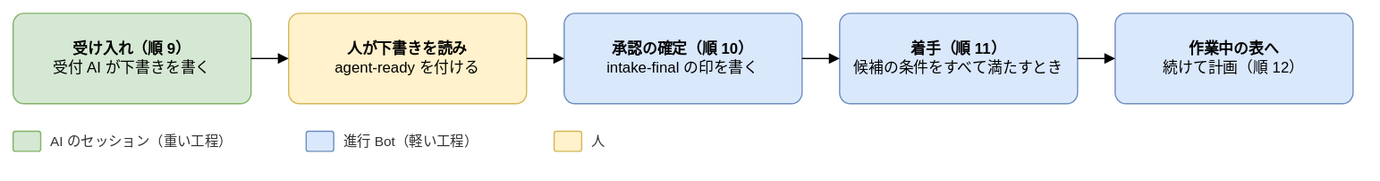
Above: docs/design/basic/diagrams/02-next-step-before-start.drawio.svg in Joymerrevent/dev-autopilot (draw.io), before the change. Source tidied: cells renumbered, new cells last; positions are measured from the earlier drawing's top-left corner, leaving out a move shared by most shapes. The source it was exported from:
```xml
<mxGraphModel background="#ffffff">
  <root>
    <mxCell id="0" />
    <mxCell id="1" parent="0" />
    <mxCell id="2" value="&lt;b&gt;受け入れ（順 9）&lt;/b&gt;&lt;br&gt;受付 AI が下書きを書く" style="rounded=1;whiteSpace=wrap;html=1;fontSize=12;arcSize=12;spacing=12;fillColor=#d5e8d4;strokeColor=#82b366;" parent="1" vertex="1">
      <mxGeometry width="190" height="72" as="geometry" />
    </mxCell>
    <mxCell id="3" value="&lt;b&gt;人が下書きを読み&lt;/b&gt;&lt;br&gt;agent-ready を付ける" style="rounded=1;whiteSpace=wrap;html=1;fontSize=12;arcSize=12;spacing=12;fillColor=#fff2cc;strokeColor=#d6b656;" parent="1" vertex="1">
      <mxGeometry x="220" width="190" height="72" as="geometry" />
    </mxCell>
    <mxCell id="4" style="edgeStyle=orthogonalEdgeStyle;rounded=1;html=1;endArrow=block;endFill=1;fontSize=11;labelBackgroundColor=#ffffff;exitX=1;exitY=0.5;exitDx=0;exitDy=0;entryX=0;entryY=0.5;entryDx=0;entryDy=0;" parent="1" edge="1" source="2" target="3">
      <mxGeometry relative="1" as="geometry" />
    </mxCell>
    <mxCell id="5" value="&lt;b&gt;承認の確定（順 10）&lt;/b&gt;&lt;br&gt;intake-final の印を書く" style="rounded=1;whiteSpace=wrap;html=1;fontSize=12;arcSize=12;spacing=12;fillColor=#dae8fc;strokeColor=#6c8ebf;" parent="1" vertex="1">
      <mxGeometry x="440" width="190" height="72" as="geometry" />
    </mxCell>
    <mxCell id="6" style="edgeStyle=orthogonalEdgeStyle;rounded=1;html=1;endArrow=block;endFill=1;fontSize=11;labelBackgroundColor=#ffffff;exitX=1;exitY=0.5;exitDx=0;exitDy=0;entryX=0;entryY=0.5;entryDx=0;entryDy=0;" parent="1" edge="1" source="3" target="5">
      <mxGeometry relative="1" as="geometry" />
    </mxCell>
    <mxCell id="7" value="&lt;b&gt;着手（順 11）&lt;/b&gt;&lt;br&gt;候補の条件をすべて満たすとき" style="rounded=1;whiteSpace=wrap;html=1;fontSize=12;arcSize=12;spacing=12;fillColor=#dae8fc;strokeColor=#6c8ebf;" parent="1" vertex="1">
      <mxGeometry x="660" width="190" height="72" as="geometry" />
    </mxCell>
    <mxCell id="8" style="edgeStyle=orthogonalEdgeStyle;rounded=1;html=1;endArrow=block;endFill=1;fontSize=11;labelBackgroundColor=#ffffff;exitX=1;exitY=0.5;exitDx=0;exitDy=0;entryX=0;entryY=0.5;entryDx=0;entryDy=0;" parent="1" edge="1" source="5" target="7">
      <mxGeometry relative="1" as="geometry" />
    </mxCell>
    <mxCell id="9" value="&lt;b&gt;作業中の表へ&lt;/b&gt;&lt;br&gt;続けて計画（順 12）" style="rounded=1;whiteSpace=wrap;html=1;fontSize=12;arcSize=12;spacing=12;fillColor=#dae8fc;strokeColor=#6c8ebf;" parent="1" vertex="1">
      <mxGeometry x="880" width="190" height="72" as="geometry" />
    </mxCell>
    <mxCell id="10" style="edgeStyle=orthogonalEdgeStyle;rounded=1;html=1;endArrow=block;endFill=1;fontSize=11;labelBackgroundColor=#ffffff;exitX=1;exitY=0.5;exitDx=0;exitDy=0;entryX=0;entryY=0.5;entryDx=0;entryDy=0;" parent="1" edge="1" source="7" target="9">
      <mxGeometry relative="1" as="geometry" />
    </mxCell>
    <mxCell id="11" style="rounded=1;whiteSpace=wrap;html=1;fontSize=12;arcSize=12;spacing=12;fillColor=#d5e8d4;strokeColor=#82b366;" parent="1" vertex="1">
      <mxGeometry y="94" width="22" height="16" as="geometry" />
    </mxCell>
    <mxCell id="12" value="AI のセッション（重い工程）" style="text;html=1;align=left;verticalAlign=middle;fontSize=11;fontColor=#333333;" parent="1" vertex="1">
      <mxGeometry x="28" y="92" width="190" height="20" as="geometry" />
    </mxCell>
    <mxCell id="13" style="rounded=1;whiteSpace=wrap;html=1;fontSize=12;arcSize=12;spacing=12;fillColor=#dae8fc;strokeColor=#6c8ebf;" parent="1" vertex="1">
      <mxGeometry x="234" y="94" width="22" height="16" as="geometry" />
    </mxCell>
    <mxCell id="14" value="進行 Bot（軽い工程）" style="text;html=1;align=left;verticalAlign=middle;fontSize=11;fontColor=#333333;" parent="1" vertex="1">
      <mxGeometry x="262" y="92" width="154" height="20" as="geometry" />
    </mxCell>
    <mxCell id="15" style="rounded=1;whiteSpace=wrap;html=1;fontSize=12;arcSize=12;spacing=12;fillColor=#fff2cc;strokeColor=#d6b656;" parent="1" vertex="1">
      <mxGeometry x="432" y="94" width="22" height="16" as="geometry" />
    </mxCell>
    <mxCell id="16" value="人" style="text;html=1;align=left;verticalAlign=middle;fontSize=11;fontColor=#333333;" parent="1" vertex="1">
      <mxGeometry x="460" y="92" width="22" height="20" as="geometry" />
    </mxCell>
  </root>
</mxGraphModel>
```
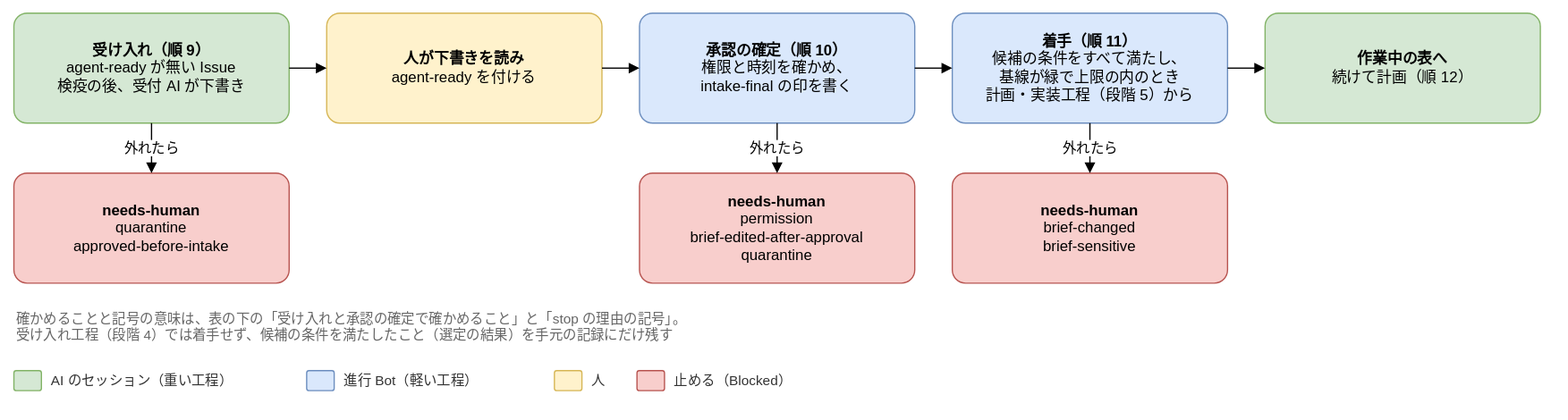
Above is the later version.

Diff of the diagram source:
```diff
@@ -2,29 +2,29 @@
   <root>
     <mxCell id="0" />
     <mxCell id="1" parent="0" />
-    <mxCell id="2" value="&lt;b&gt;受け入れ（順 9）&lt;/b&gt;&lt;br&gt;受付 AI が下書きを書く" style="rounded=1;whiteSpace=wrap;html=1;fontSize=12;arcSize=12;spacing=12;fillColor=#d5e8d4;strokeColor=#82b366;" parent="1" vertex="1">
-      <mxGeometry width="190" height="72" as="geometry" />
+    <mxCell id="2" value="&lt;b&gt;受け入れ（順 9）&lt;/b&gt;&lt;br&gt;agent-ready が無い Issue&lt;br&gt;検疫の後、受付 AI が下書き" style="rounded=1;whiteSpace=wrap;html=1;fontSize=12;arcSize=12;spacing=12;fillColor=#d5e8d4;strokeColor=#82b366;" parent="1" vertex="1">
+      <mxGeometry y="-192" width="220" height="88" as="geometry" />
     </mxCell>
     <mxCell id="3" value="&lt;b&gt;人が下書きを読み&lt;/b&gt;&lt;br&gt;agent-ready を付ける" style="rounded=1;whiteSpace=wrap;html=1;fontSize=12;arcSize=12;spacing=12;fillColor=#fff2cc;strokeColor=#d6b656;" parent="1" vertex="1">
-      <mxGeometry x="220" width="190" height="72" as="geometry" />
+      <mxGeometry x="250" y="-192" width="220" height="88" as="geometry" />
     </mxCell>
     <mxCell id="4" style="edgeStyle=orthogonalEdgeStyle;rounded=1;html=1;endArrow=block;endFill=1;fontSize=11;labelBackgroundColor=#ffffff;exitX=1;exitY=0.5;exitDx=0;exitDy=0;entryX=0;entryY=0.5;entryDx=0;entryDy=0;" parent="1" edge="1" source="2" target="3">
       <mxGeometry relative="1" as="geometry" />
     </mxCell>
-    <mxCell id="5" value="&lt;b&gt;承認の確定（順 10）&lt;/b&gt;&lt;br&gt;intake-final の印を書く" style="rounded=1;whiteSpace=wrap;html=1;fontSize=12;arcSize=12;spacing=12;fillColor=#dae8fc;strokeColor=#6c8ebf;" parent="1" vertex="1">
-      <mxGeometry x="440" width="190" height="72" as="geometry" />
+    <mxCell id="5" value="&lt;b&gt;承認の確定（順 10）&lt;/b&gt;&lt;br&gt;権限と時刻を確かめ、&lt;br&gt;intake-final の印を書く" style="rounded=1;whiteSpace=wrap;html=1;fontSize=12;arcSize=12;spacing=12;fillColor=#dae8fc;strokeColor=#6c8ebf;" parent="1" vertex="1">
+      <mxGeometry x="500" y="-192" width="220" height="88" as="geometry" />
     </mxCell>
     <mxCell id="6" style="edgeStyle=orthogonalEdgeStyle;rounded=1;html=1;endArrow=block;endFill=1;fontSize=11;labelBackgroundColor=#ffffff;exitX=1;exitY=0.5;exitDx=0;exitDy=0;entryX=0;entryY=0.5;entryDx=0;entryDy=0;" parent="1" edge="1" source="3" target="5">
       <mxGeometry relative="1" as="geometry" />
     </mxCell>
-    <mxCell id="7" value="&lt;b&gt;着手（順 11）&lt;/b&gt;&lt;br&gt;候補の条件をすべて満たすとき" style="rounded=1;whiteSpace=wrap;html=1;fontSize=12;arcSize=12;spacing=12;fillColor=#dae8fc;strokeColor=#6c8ebf;" parent="1" vertex="1">
-      <mxGeometry x="660" width="190" height="72" as="geometry" />
+    <mxCell id="7" value="&lt;b&gt;着手（順 11）&lt;/b&gt;&lt;br&gt;候補の条件をすべて満たし、&lt;br&gt;基線が緑で上限の内のとき&lt;br&gt;計画・実装工程（段階 5）から" style="rounded=1;whiteSpace=wrap;html=1;fontSize=12;arcSize=12;spacing=12;fillColor=#dae8fc;strokeColor=#6c8ebf;" parent="1" vertex="1">
+      <mxGeometry x="750" y="-192" width="220" height="88" as="geometry" />
     </mxCell>
     <mxCell id="8" style="edgeStyle=orthogonalEdgeStyle;rounded=1;html=1;endArrow=block;endFill=1;fontSize=11;labelBackgroundColor=#ffffff;exitX=1;exitY=0.5;exitDx=0;exitDy=0;entryX=0;entryY=0.5;entryDx=0;entryDy=0;" parent="1" edge="1" source="5" target="7">
       <mxGeometry relative="1" as="geometry" />
     </mxCell>
-    <mxCell id="9" value="&lt;b&gt;作業中の表へ&lt;/b&gt;&lt;br&gt;続けて計画（順 12）" style="rounded=1;whiteSpace=wrap;html=1;fontSize=12;arcSize=12;spacing=12;fillColor=#dae8fc;strokeColor=#6c8ebf;" parent="1" vertex="1">
-      <mxGeometry x="880" width="190" height="72" as="geometry" />
+    <mxCell id="9" value="&lt;b&gt;作業中の表へ&lt;/b&gt;&lt;br&gt;続けて計画（順 12）" style="rounded=1;whiteSpace=wrap;html=1;fontSize=12;arcSize=12;spacing=12;fillColor=#d5e8d4;strokeColor=#82b366;" parent="1" vertex="1">
+      <mxGeometry x="1000" y="-192" width="220" height="88" as="geometry" />
     </mxCell>
     <mxCell id="10" style="edgeStyle=orthogonalEdgeStyle;rounded=1;html=1;endArrow=block;endFill=1;fontSize=11;labelBackgroundColor=#ffffff;exitX=1;exitY=0.5;exitDx=0;exitDy=0;entryX=0;entryY=0.5;entryDx=0;entryDy=0;" parent="1" edge="1" source="7" target="9">
       <mxGeometry relative="1" as="geometry" />
@@ -47,5 +47,32 @@
     <mxCell id="16" value="人" style="text;html=1;align=left;verticalAlign=middle;fontSize=11;fontColor=#333333;" parent="1" vertex="1">
       <mxGeometry x="460" y="92" width="22" height="20" as="geometry" />
     </mxCell>
+    <mxCell id="17" value="&lt;b&gt;needs-human&lt;/b&gt;&lt;br&gt;quarantine&lt;br&gt;approved-before-intake" style="rounded=1;whiteSpace=wrap;html=1;fontSize=12;arcSize=12;spacing=12;fillColor=#f8cecc;strokeColor=#b85450;" parent="1" vertex="1">
+      <mxGeometry y="-64" width="220" height="88" as="geometry" />
+    </mxCell>
+    <mxCell id="18" value="&lt;b&gt;needs-human&lt;/b&gt;&lt;br&gt;permission&lt;br&gt;brief-edited-after-approval&lt;br&gt;quarantine" style="rounded=1;whiteSpace=wrap;html=1;fontSize=12;arcSize=12;spacing=12;fillColor=#f8cecc;strokeColor=#b85450;" parent="1" vertex="1">
+      <mxGeometry x="500" y="-64" width="220" height="88" as="geometry" />
+    </mxCell>
+    <mxCell id="19" value="&lt;b&gt;needs-human&lt;/b&gt;&lt;br&gt;brief-changed&lt;br&gt;brief-sensitive" style="rounded=1;whiteSpace=wrap;html=1;fontSize=12;arcSize=12;spacing=12;fillColor=#f8cecc;strokeColor=#b85450;" parent="1" vertex="1">
+      <mxGeometry x="750" y="-64" width="220" height="88" as="geometry" />
+    </mxCell>
+    <mxCell id="20" value="外れたら" style="edgeStyle=orthogonalEdgeStyle;rounded=1;html=1;endArrow=block;endFill=1;fontSize=11;labelBackgroundColor=#ffffff;exitX=0.5;exitY=1;exitDx=0;exitDy=0;entryX=0.5;entryY=0;entryDx=0;entryDy=0;" parent="1" edge="1" source="2" target="17">
+      <mxGeometry relative="1" as="geometry" />
+    </mxCell>
+    <mxCell id="21" value="外れたら" style="edgeStyle=orthogonalEdgeStyle;rounded=1;html=1;endArrow=block;endFill=1;fontSize=11;labelBackgroundColor=#ffffff;exitX=0.5;exitY=1;exitDx=0;exitDy=0;entryX=0.5;entryY=0;entryDx=0;entryDy=0;" parent="1" edge="1" source="5" target="18">
+      <mxGeometry relative="1" as="geometry" />
+    </mxCell>
+    <mxCell id="22" value="外れたら" style="edgeStyle=orthogonalEdgeStyle;rounded=1;html=1;endArrow=block;endFill=1;fontSize=11;labelBackgroundColor=#ffffff;exitX=0.5;exitY=1;exitDx=0;exitDy=0;entryX=0.5;entryY=0;entryDx=0;entryDy=0;" parent="1" edge="1" source="7" target="19">
+      <mxGeometry relative="1" as="geometry" />
+    </mxCell>
+    <mxCell id="23" value="確かめることと記号の意味は、表の下の「受け入れと承認の確定で確かめること」と「stop の理由の記号」。&lt;br&gt;受け入れ工程（段階 4）では着手せず、候補の条件を満たしたこと（選定の結果）を手元の記録にだけ残す" style="text;html=1;whiteSpace=wrap;align=left;verticalAlign=top;fontSize=11;fontColor=#666666;" parent="1" vertex="1">
+      <mxGeometry y="40" width="1220" height="36" as="geometry" />
+    </mxCell>
+    <mxCell id="24" style="rounded=1;whiteSpace=wrap;html=1;fontSize=12;arcSize=12;spacing=12;fillColor=#f8cecc;strokeColor=#b85450;" parent="1" vertex="1">
+      <mxGeometry x="498" y="94" width="22" height="16" as="geometry" />
+    </mxCell>
+    <mxCell id="25" value="止める（Blocked）" style="text;html=1;align=left;verticalAlign=middle;fontSize=11;fontColor=#333333;" parent="1" vertex="1">
+      <mxGeometry x="526" y="92" width="130" height="20" as="geometry" />
+    </mxCell>
   </root>
 </mxGraphModel>
```
